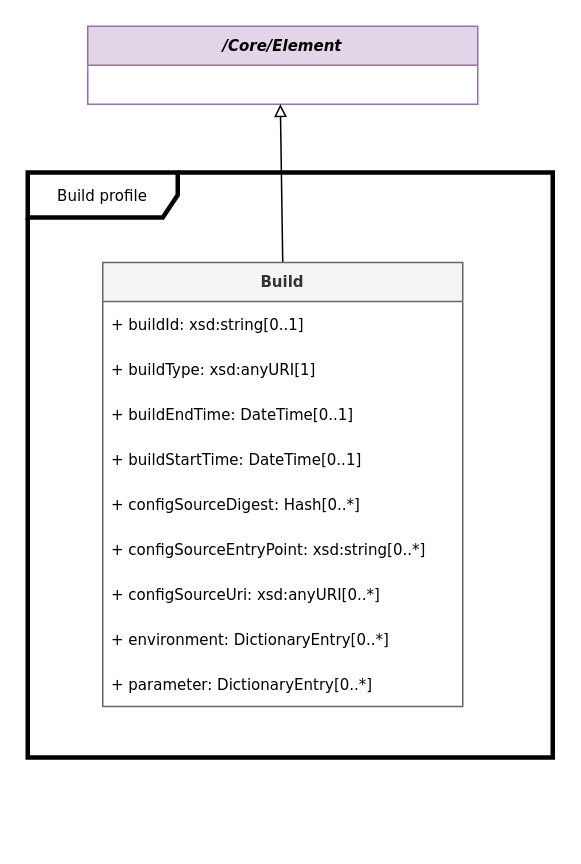
Above: page "Build" (5 of 13) of docs/model.drawio in stevenc-stb/spdx-3-model (draw.io), before the change. Source tidied: cells renumbered, new cells numbered last; positions are measured from the earlier drawing's top-left corner, leaving out a move shared by most shapes. Both pictures are drawn from the tidied source at 150%, with x=0, y=0 at pixel (27, 26).
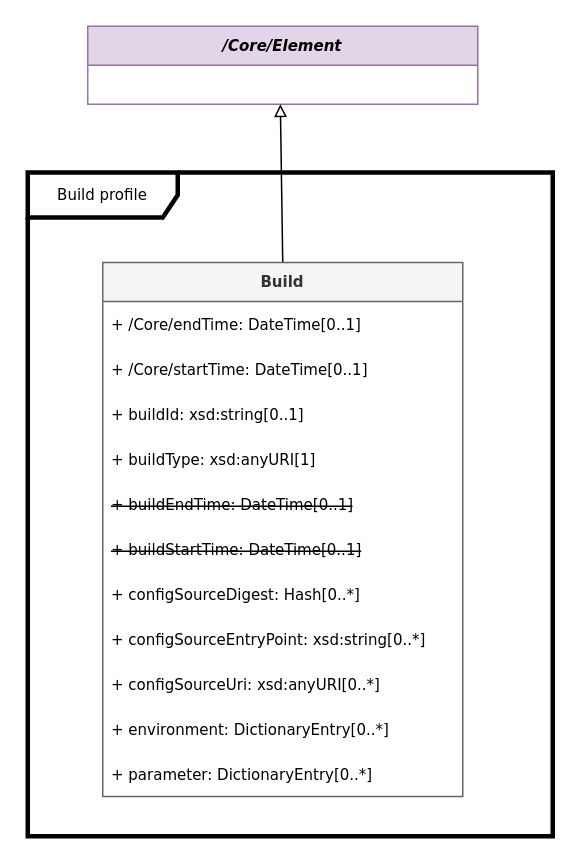
Above is the later version.

Commit message:
Deprecate buildStartTime, buildEndTime

The edit, as a diff of the source:
```diff
@@
 <mxGraphModel>
   <root>
     <mxCell id="0" />
     <mxCell id="1" parent="0" />
     <mxCell id="2" value="/Core/Element" style="swimlane;fontStyle=3;horizontal=1;startSize=26;fillColor=#e1d5e7;strokeColor=#9673a6;fontFamily=Verdana;fontSize=10;" parent="1" vertex="1">
       <mxGeometry x="40" width="260" height="52" as="geometry" />
     </mxCell>
     <mxCell id="3" style="endArrow=block;html=1;rounded=0;entryX=0.494;entryY=1;entryDx=0;entryDy=0;entryPerimeter=0;exitX=0.5;exitY=0;exitDx=0;exitDy=0;endFill=0;fontFamily=Verdana;fontSize=10;" parent="1" edge="1" source="5">
       <mxGeometry relative="1" as="geometry">
         <mxPoint x="168.4" y="52" as="targetPoint" />
       </mxGeometry>
     </mxCell>
     <mxCell id="4" value="Build profile" style="shape=umlFrame;whiteSpace=wrap;html=1;width=100;height=30;strokeWidth=3;fontFamily=Verdana;fontSize=10;" parent="1" vertex="1">
-      <mxGeometry y="97.5" width="350" height="390" as="geometry" />
+      <mxGeometry y="97.5" width="350" height="442.5" as="geometry" />
     </mxCell>
     <mxCell id="5" value="Build" style="swimlane;fontStyle=1;horizontal=1;startSize=26;fillColor=#f5f5f5;strokeColor=#666666;fontColor=#333333;fontFamily=Verdana;fontSize=10;" parent="1" vertex="1">
-      <mxGeometry x="50" y="157.5" width="240" height="296" as="geometry" />
+      <mxGeometry x="50" y="157.5" width="240" height="356" as="geometry" />
     </mxCell>
+    <mxCell id="15" value="+ /Core/endTime: DateTime[0..1]" style="text;strokeColor=none;fillColor=none;align=left;verticalAlign=middle;spacingLeft=4;spacingRight=4;overflow=hidden;whiteSpace=wrap;html=1;fontFamily=Verdana;fontSize=10;" parent="5" vertex="1">
+      <mxGeometry y="26" width="240" height="30" as="geometry" />
+    </mxCell>
+    <mxCell id="16" value="+ /Core/startTime: DateTime[0..1]" style="text;strokeColor=none;fillColor=none;align=left;verticalAlign=middle;spacingLeft=4;spacingRight=4;overflow=hidden;whiteSpace=wrap;html=1;fontFamily=Verdana;fontSize=10;" parent="5" vertex="1">
+      <mxGeometry y="56" width="240" height="30" as="geometry" />
+    </mxCell>
     <mxCell id="6" value="+ buildId: xsd:string[0..1]" style="text;strokeColor=none;fillColor=none;align=left;verticalAlign=middle;spacingLeft=4;spacingRight=4;overflow=hidden;whiteSpace=wrap;html=1;fontFamily=Verdana;fontSize=10;" parent="5" vertex="1">
-      <mxGeometry y="26" width="240" height="30" as="geometry" />
+      <mxGeometry y="86" width="240" height="30" as="geometry" />
     </mxCell>
     <mxCell id="7" value="+ buildType: xsd:anyURI[1]" style="text;strokeColor=none;fillColor=none;align=left;verticalAlign=middle;spacingLeft=4;spacingRight=4;overflow=hidden;whiteSpace=wrap;html=1;fontFamily=Verdana;fontSize=10;" parent="5" vertex="1">
-      <mxGeometry y="56" width="240" height="30" as="geometry" />
+      <mxGeometry y="116" width="240" height="30" as="geometry" />
     </mxCell>
-    <mxCell id="8" value="+ buildEndTime: DateTime[0..1]" style="text;strokeColor=none;fillColor=none;align=left;verticalAlign=middle;spacingLeft=4;spacingRight=4;overflow=hidden;whiteSpace=wrap;html=1;fontFamily=Verdana;fontSize=10;" parent="5" vertex="1">
-      <mxGeometry y="86" width="240" height="30" as="geometry" />
+    <mxCell id="8" value="&lt;strike&gt;+ buildEndTime: DateTime[0..1]&lt;/strike&gt;" style="text;strokeColor=none;fillColor=none;align=left;verticalAlign=middle;spacingLeft=4;spacingRight=4;overflow=hidden;whiteSpace=wrap;html=1;fontFamily=Verdana;fontSize=10;" parent="5" vertex="1">
+      <mxGeometry y="146" width="240" height="30" as="geometry" />
     </mxCell>
-    <mxCell id="9" value="+ buildStartTime: DateTime[0..1]" style="text;strokeColor=none;fillColor=none;align=left;verticalAlign=middle;spacingLeft=4;spacingRight=4;overflow=hidden;whiteSpace=wrap;html=1;fontFamily=Verdana;fontSize=10;" parent="5" vertex="1">
-      <mxGeometry y="116" width="240" height="30" as="geometry" />
+    <mxCell id="9" value="&lt;strike&gt;+ buildStartTime: DateTime[0..1]&lt;/strike&gt;" style="text;strokeColor=none;fillColor=none;align=left;verticalAlign=middle;spacingLeft=4;spacingRight=4;overflow=hidden;whiteSpace=wrap;html=1;fontFamily=Verdana;fontSize=10;" parent="5" vertex="1">
+      <mxGeometry y="176" width="240" height="30" as="geometry" />
     </mxCell>
     <mxCell id="10" value="+ configSourceDigest: Hash[0..*]" style="text;strokeColor=none;fillColor=none;align=left;verticalAlign=middle;spacingLeft=4;spacingRight=4;overflow=hidden;whiteSpace=wrap;html=1;fontFamily=Verdana;fontSize=10;" parent="5" vertex="1">
-      <mxGeometry y="146" width="240" height="30" as="geometry" />
+      <mxGeometry y="206" width="240" height="30" as="geometry" />
     </mxCell>
     <mxCell id="11" value="+ configSourceEntryPoint: xsd:string[0..*]" style="text;strokeColor=none;fillColor=none;align=left;verticalAlign=middle;spacingLeft=4;spacingRight=4;overflow=hidden;whiteSpace=wrap;html=1;fontFamily=Verdana;fontSize=10;" parent="5" vertex="1">
-      <mxGeometry y="176" width="240" height="30" as="geometry" />
+      <mxGeometry y="236" width="240" height="30" as="geometry" />
     </mxCell>
     <mxCell id="12" value="+ configSourceUri: xsd:anyURI[0..*]" style="text;strokeColor=none;fillColor=none;align=left;verticalAlign=middle;spacingLeft=4;spacingRight=4;overflow=hidden;whiteSpace=wrap;html=1;fontFamily=Verdana;fontSize=10;" parent="5" vertex="1">
-      <mxGeometry y="206" width="240" height="30" as="geometry" />
+      <mxGeometry y="266" width="240" height="30" as="geometry" />
     </mxCell>
     <mxCell id="13" value="+ environment: DictionaryEntry[0..*]" style="text;strokeColor=none;fillColor=none;align=left;verticalAlign=middle;spacingLeft=4;spacingRight=4;overflow=hidden;whiteSpace=wrap;html=1;fontFamily=Verdana;fontSize=10;" parent="5" vertex="1">
-      <mxGeometry y="236" width="240" height="30" as="geometry" />
+      <mxGeometry y="296" width="240" height="30" as="geometry" />
     </mxCell>
     <mxCell id="14" value="+ parameter: DictionaryEntry[0..*]" style="text;strokeColor=none;fillColor=none;align=left;verticalAlign=middle;spacingLeft=4;spacingRight=4;overflow=hidden;whiteSpace=wrap;html=1;fontFamily=Verdana;fontSize=10;" parent="5" vertex="1">
-      <mxGeometry y="266" width="240" height="30" as="geometry" />
+      <mxGeometry y="326" width="240" height="30" as="geometry" />
     </mxCell>
   </root>
 </mxGraphModel>
```
